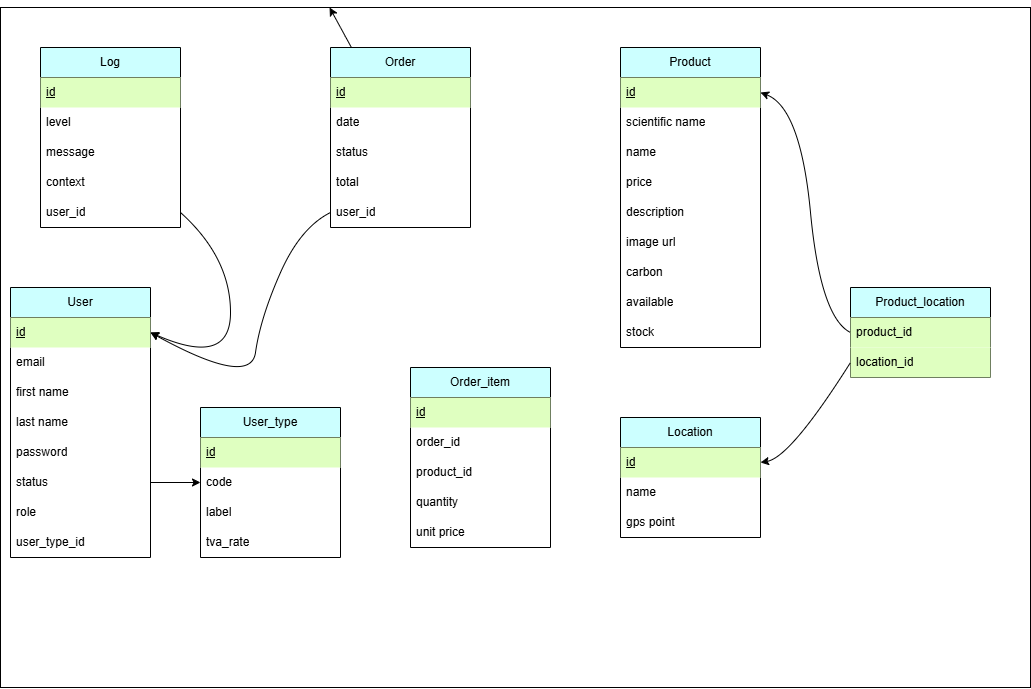
Before: documents/Apothéose/merise/mld/MLD_GreenRoots.drawio.png, a diagram exported from draw.io (Salyarket/GreenRoots-Conception). Source tidied: cells renumbered, new cells last; positions are measured from the earlier drawing's top-left corner, leaving out a move shared by most shapes.
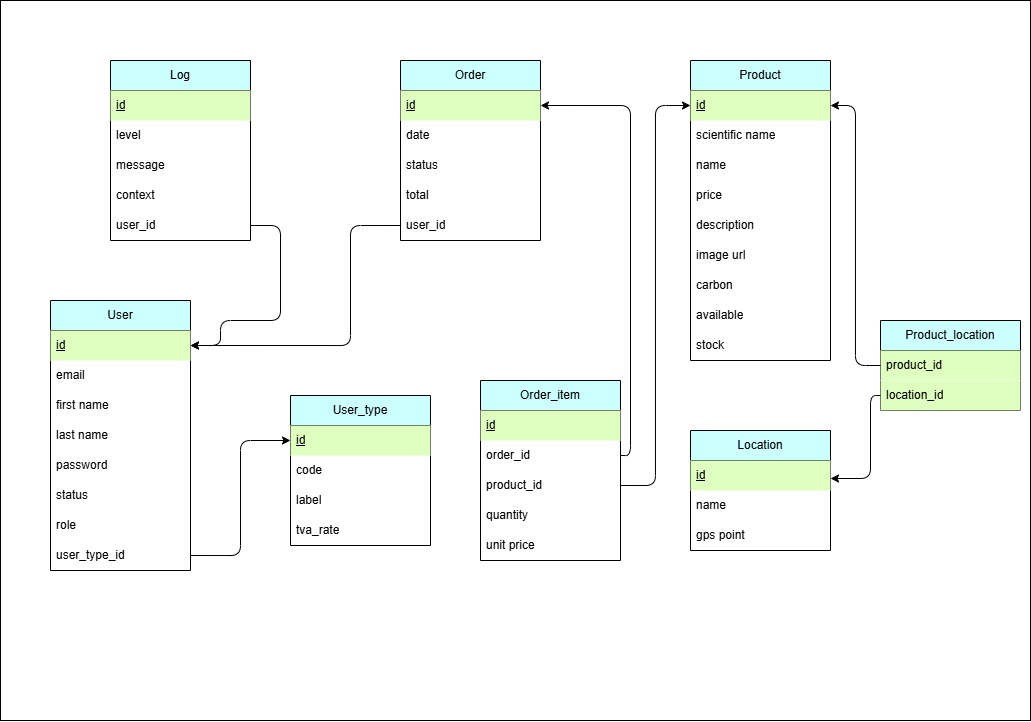
Later version of the same file.

Commit message:
update mcd mld erd + cachier des charges

Diff of the diagram source:
```diff
@@ -3,10 +3,10 @@
     <mxCell id="0" />
     <mxCell id="1" parent="0" />
     <mxCell id="2" style="rounded=0;whiteSpace=wrap;html=1;" parent="1" vertex="1">
-      <mxGeometry width="1030" height="680" as="geometry" />
+      <mxGeometry x="-70" y="-20" width="1030" height="720" as="geometry" />
     </mxCell>
     <mxCell id="3" value="User" style="swimlane;fontStyle=0;horizontal=1;startSize=30;whiteSpace=wrap;html=1;fillColor=#CCFFFF;" parent="1" vertex="1">
-      <mxGeometry x="10" y="280" width="140" height="270" as="geometry" />
+      <mxGeometry x="-20" y="280" width="140" height="270" as="geometry" />
     </mxCell>
     <mxCell id="4" value="&lt;u&gt;id&lt;/u&gt;" style="text;strokeColor=none;fillColor=#DFFFC0;align=left;verticalAlign=middle;spacingLeft=4;spacingRight=4;overflow=hidden;points=[[0,0.5],[1,0.5]];portConstraint=eastwest;whiteSpace=wrap;html=1;" parent="3" vertex="1">
       <mxGeometry y="30" width="140" height="30" as="geometry" />
@@ -74,13 +74,6 @@
     <mxCell id="25" value="gps point" style="text;strokeColor=none;fillColor=none;align=left;verticalAlign=middle;spacingLeft=4;spacingRight=4;overflow=hidden;whiteSpace=wrap;html=1;" parent="22" vertex="1">
       <mxGeometry y="90" width="140" height="30" as="geometry" />
     </mxCell>
-    <mxCell id="26" style="edgeStyle=none;html=1;" parent="1" edge="1" source="27" target="2">
-      <mxGeometry relative="1" as="geometry">
-        <Array as="points">
-          <mxPoint x="340" y="20" />
-        </Array>
-      </mxGeometry>
-    </mxCell>
     <mxCell id="27" value="Order" style="swimlane;fontStyle=0;horizontal=1;startSize=30;whiteSpace=wrap;html=1;fillColor=#CCFFFF;" parent="1" vertex="1">
       <mxGeometry x="330" y="40" width="140" height="180" as="geometry" />
     </mxCell>
@@ -136,7 +129,7 @@
       <mxGeometry y="150" width="140" height="30" as="geometry" />
     </mxCell>
     <mxCell id="45" value="Product_location" style="swimlane;fontStyle=0;horizontal=1;startSize=30;whiteSpace=wrap;html=1;fillColor=#CCFFFF;" parent="1" vertex="1">
-      <mxGeometry x="850" y="280" width="140" height="90" as="geometry" />
+      <mxGeometry x="810" y="300" width="140" height="90" as="geometry" />
     </mxCell>
     <mxCell id="46" value="product_id" style="text;strokeColor=none;fillColor=#DFFFC0;align=left;verticalAlign=middle;spacingLeft=4;spacingRight=4;overflow=hidden;points=[[0,0.5],[1,0.5]];portConstraint=eastwest;whiteSpace=wrap;html=1;" parent="45" vertex="1">
       <mxGeometry y="30" width="140" height="30" as="geometry" />
@@ -144,40 +137,8 @@
     <mxCell id="47" value="location_id" style="text;strokeColor=none;fillColor=#DFFFC0;align=left;verticalAlign=middle;spacingLeft=4;spacingRight=4;overflow=hidden;points=[[0,0.5],[1,0.5]];portConstraint=eastwest;whiteSpace=wrap;html=1;" parent="45" vertex="1">
       <mxGeometry y="60" width="140" height="30" as="geometry" />
     </mxCell>
-    <mxCell id="48" style="curved=1;endArrow=classic;html=1;rounded=0;exitX=0;exitY=0.5;exitDx=0;exitDy=0;entryX=1;entryY=0.5;entryDx=0;entryDy=0;" parent="1" edge="1" source="46" target="13">
-      <mxGeometry relative="1" as="geometry">
-        <Array as="points">
-          <mxPoint x="820" y="310" />
-          <mxPoint x="800" y="100" />
-        </Array>
-      </mxGeometry>
-    </mxCell>
-    <mxCell id="49" style="curved=1;endArrow=classic;html=1;rounded=0;exitX=0;exitY=0.5;exitDx=0;exitDy=0;entryX=1;entryY=0.5;entryDx=0;entryDy=0;" parent="1" edge="1" source="47" target="23">
-      <mxGeometry relative="1" as="geometry">
-        <Array as="points">
-          <mxPoint x="790" y="450" />
-        </Array>
-      </mxGeometry>
-    </mxCell>
-    <mxCell id="50" style="curved=1;endArrow=classic;html=1;rounded=0;exitX=0;exitY=0.5;exitDx=0;exitDy=0;entryX=1;entryY=0.5;entryDx=0;entryDy=0;" parent="1" edge="1" source="32" target="4">
-      <mxGeometry relative="1" as="geometry">
-        <Array as="points">
-          <mxPoint x="300" y="220" />
-          <mxPoint x="260" y="310" />
-          <mxPoint x="250" y="380" />
-        </Array>
-      </mxGeometry>
-    </mxCell>
-    <mxCell id="51" style="curved=1;endArrow=classic;html=1;rounded=0;exitX=1;exitY=0.5;exitDx=0;exitDy=0;entryX=1;entryY=0.5;entryDx=0;entryDy=0;" parent="1" edge="1" source="38" target="4">
-      <mxGeometry relative="1" as="geometry">
-        <Array as="points">
-          <mxPoint x="230" y="250" />
-          <mxPoint x="230" y="360" />
-        </Array>
-      </mxGeometry>
-    </mxCell>
     <mxCell id="52" value="User_type" style="swimlane;fontStyle=0;horizontal=1;startSize=30;whiteSpace=wrap;html=1;fillColor=#CCFFFF;" parent="1" vertex="1">
-      <mxGeometry x="200" y="400" width="140" height="150" as="geometry" />
+      <mxGeometry x="220" y="375" width="140" height="150" as="geometry" />
     </mxCell>
     <mxCell id="53" value="&lt;u&gt;id&lt;/u&gt;" style="text;strokeColor=none;fillColor=#DFFFC0;align=left;verticalAlign=middle;spacingLeft=4;spacingRight=4;overflow=hidden;points=[[0,0.5],[1,0.5]];portConstraint=eastwest;whiteSpace=wrap;html=1;" parent="52" vertex="1">
       <mxGeometry y="30" width="140" height="30" as="geometry" />
@@ -191,8 +152,44 @@
     <mxCell id="56" value="tva_rate" style="text;strokeColor=none;fillColor=none;align=left;verticalAlign=middle;spacingLeft=4;spacingRight=4;overflow=hidden;whiteSpace=wrap;html=1;" parent="52" vertex="1">
       <mxGeometry y="120" width="140" height="30" as="geometry" />
     </mxCell>
-    <mxCell id="57" style="edgeStyle=none;html=1;entryX=0;entryY=0.5;entryDx=0;entryDy=0;" parent="1" edge="1" source="9" target="54">
-      <mxGeometry relative="1" as="geometry" />
-    </mxCell>
+    <mxCell id="58" style="edgeStyle=orthogonalEdgeStyle;html=1;exitX=1;exitY=0.5;exitDx=0;exitDy=0;entryX=0;entryY=0.5;entryDx=0;entryDy=0;" parent="1" edge="1" source="11" target="53">
+      <mxGeometry relative="1" as="geometry" />
+    </mxCell>
+    <mxCell id="59" style="edgeStyle=orthogonalEdgeStyle;html=1;exitX=1;exitY=0.5;exitDx=0;exitDy=0;entryX=1;entryY=0.25;entryDx=0;entryDy=0;" parent="1" edge="1" source="41" target="27">
+      <mxGeometry relative="1" as="geometry" />
+    </mxCell>
+    <mxCell id="60" style="edgeStyle=orthogonalEdgeStyle;html=1;exitX=1;exitY=0.5;exitDx=0;exitDy=0;entryX=0;entryY=0.5;entryDx=0;entryDy=0;" parent="1" edge="1" source="42" target="13">
+      <mxGeometry relative="1" as="geometry" />
+    </mxCell>
+    <mxCell id="61" style="edgeStyle=orthogonalEdgeStyle;html=1;exitX=0;exitY=0.5;exitDx=0;exitDy=0;" parent="1" edge="1" source="47">
+      <mxGeometry relative="1" as="geometry">
+        <mxPoint x="760" y="458" as="targetPoint" />
+        <Array as="points">
+          <mxPoint x="800" y="375" />
+          <mxPoint x="800" y="458" />
+        </Array>
+      </mxGeometry>
+    </mxCell>
+    <mxCell id="48" style="edgeStyle=orthogonalEdgeStyle;html=1;exitX=0;exitY=0.5;exitDx=0;exitDy=0;entryX=1;entryY=0.5;entryDx=0;entryDy=0;" parent="1" edge="1" source="46" target="13">
+      <mxGeometry relative="1" as="geometry" />
+    </mxCell>
+    <mxCell id="51" style="edgeStyle=orthogonalEdgeStyle;html=1;exitX=1;exitY=0.5;exitDx=0;exitDy=0;entryX=1;entryY=0.5;entryDx=0;entryDy=0;" parent="1" edge="1" source="38" target="4">
+      <mxGeometry relative="1" as="geometry">
+        <Array as="points">
+          <mxPoint x="210" y="205" />
+          <mxPoint x="210" y="300" />
+          <mxPoint x="150" y="300" />
+          <mxPoint x="150" y="325" />
+        </Array>
+      </mxGeometry>
+    </mxCell>
+    <mxCell id="50" style="edgeStyle=orthogonalEdgeStyle;html=1;exitX=0;exitY=0.5;exitDx=0;exitDy=0;entryX=1;entryY=0.5;entryDx=0;entryDy=0;" parent="1" edge="1" source="32" target="4">
+      <mxGeometry relative="1" as="geometry">
+        <Array as="points">
+          <mxPoint x="280" y="205" />
+          <mxPoint x="280" y="325" />
+        </Array>
+      </mxGeometry>
+    </mxCell>
   </root>
 </mxGraphModel>
```
